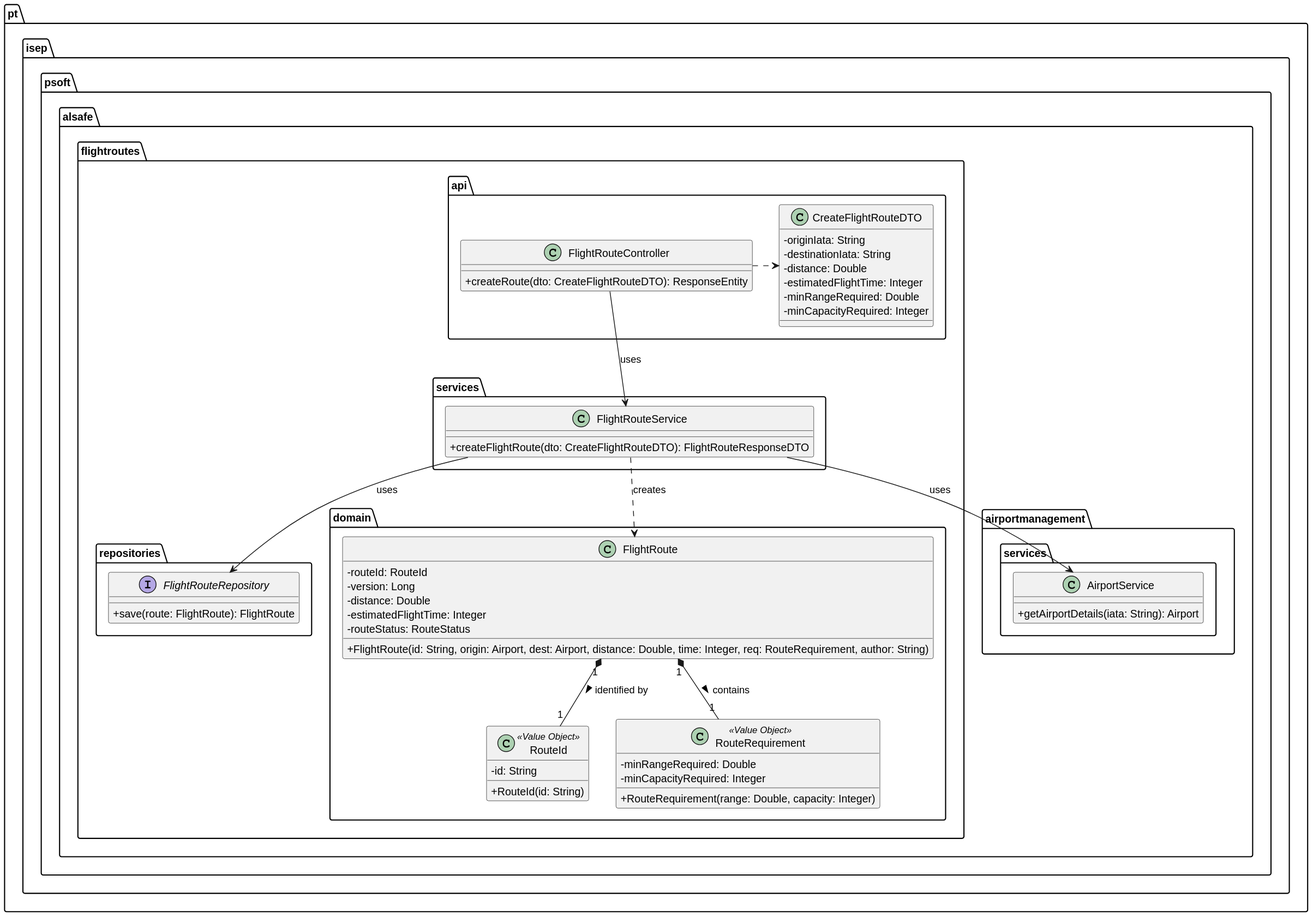
The PlantUML diagram docs/use-cases/WP#3A/US110/svg/US110-CD.svg in Andre-1240567/psoft2026_2DB_1240567_1241013_1240624, before a commit.
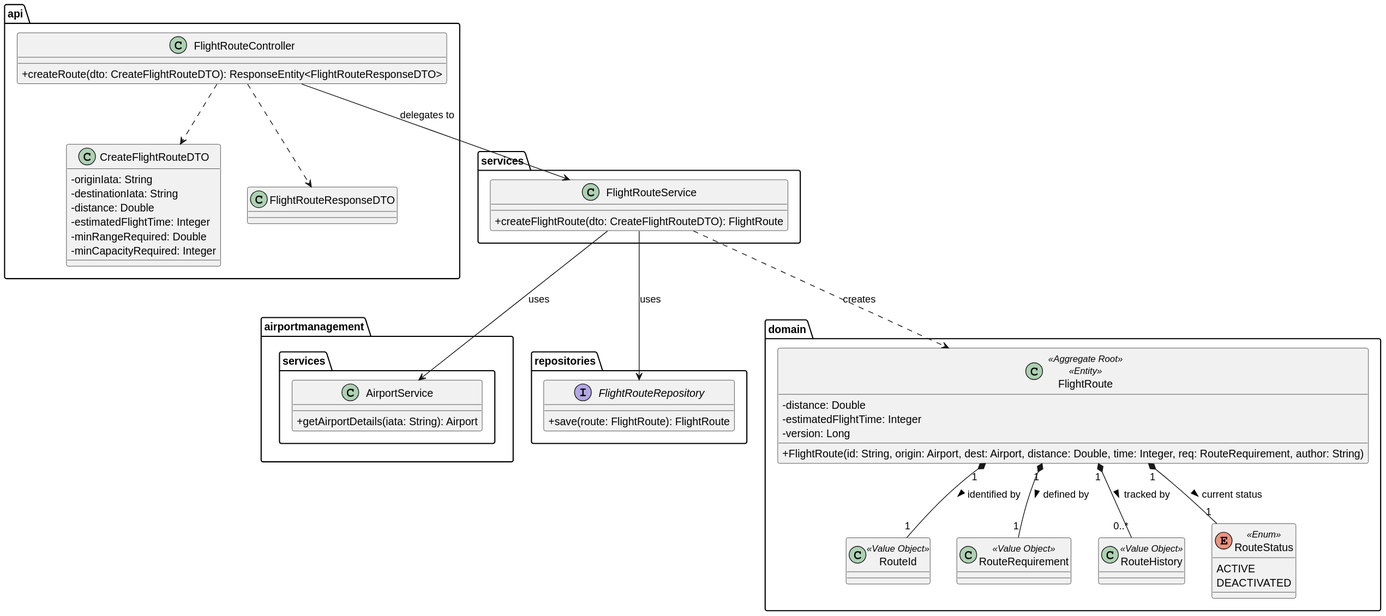
Above is the later version.

Change to the diagram source:
```diff
@@ -1,9 +1,9 @@
 @startuml
 skinparam classAttributeIconSize 0
 
-package "pt.isep.psoft.alsafe.flightroutes.api" {
+package "api" {
     class FlightRouteController {
-        + createRoute(dto: CreateFlightRouteDTO): ResponseEntity
+        + createRoute(dto: CreateFlightRouteDTO): ResponseEntity<FlightRouteResponseDTO>
     }
     class CreateFlightRouteDTO {
         - originIata: String
@@ -13,53 +13,51 @@
         - minRangeRequired: Double
         - minCapacityRequired: Integer
     }
+    class FlightRouteResponseDTO
 }
 
-package "pt.isep.psoft.alsafe.flightroutes.services" {
+package "services" {
     class FlightRouteService {
-        + createFlightRoute(dto: CreateFlightRouteDTO): FlightRouteResponseDTO
+        + createFlightRoute(dto: CreateFlightRouteDTO): FlightRoute
     }
 }
 
-package "pt.isep.psoft.alsafe.airportmanagement.services" {
+package "airportmanagement.services" {
     class AirportService {
         + getAirportDetails(iata: String): Airport
     }
 }
 
-package "pt.isep.psoft.alsafe.flightroutes.repositories" {
+package "repositories" {
     interface FlightRouteRepository {
         + save(route: FlightRoute): FlightRoute
     }
 }
 
-package "pt.isep.psoft.alsafe.flightroutes.domain" {
-    class FlightRoute {
-        - routeId: RouteId
-        - version: Long
+package "domain" {
+    class FlightRoute <<Aggregate Root>> <<Entity>> {
         - distance: Double
         - estimatedFlightTime: Integer
-        - routeStatus: RouteStatus
+        - version: Long
         + FlightRoute(id: String, origin: Airport, dest: Airport, distance: Double, time: Integer, req: RouteRequirement, author: String)
     }
-
-    class RouteId <<Value Object>> {
-        - id: String
-        + RouteId(id: String)
-    }
-
-    class RouteRequirement <<Value Object>> {
-        - minRangeRequired: Double
-        - minCapacityRequired: Integer
-        + RouteRequirement(range: Double, capacity: Integer)
+    class RouteId <<Value Object>>
+    class RouteRequirement <<Value Object>>
+    class RouteHistory <<Value Object>>
+    enum RouteStatus <<Enum>> {
+        ACTIVE
+        DEACTIVATED
     }
 }
 
-FlightRouteController .right.> CreateFlightRouteDTO
-FlightRouteController --> FlightRouteService : uses
+FlightRouteController ..> CreateFlightRouteDTO
+FlightRouteController ..> FlightRouteResponseDTO
+FlightRouteController --> FlightRouteService : delegates to
 FlightRouteService --> AirportService : uses
 FlightRouteService --> FlightRouteRepository : uses
 FlightRouteService ..> FlightRoute : creates
 FlightRoute "1" *-- "1" RouteId : identified by >
-FlightRoute "1" *-- "1" RouteRequirement : contains >
+FlightRoute "1" *-- "1" RouteRequirement : defined by >
+FlightRoute "1" *-- "0..*" RouteHistory : tracked by >
+FlightRoute "1" *-- "1" RouteStatus : current status >
 @enduml
```
